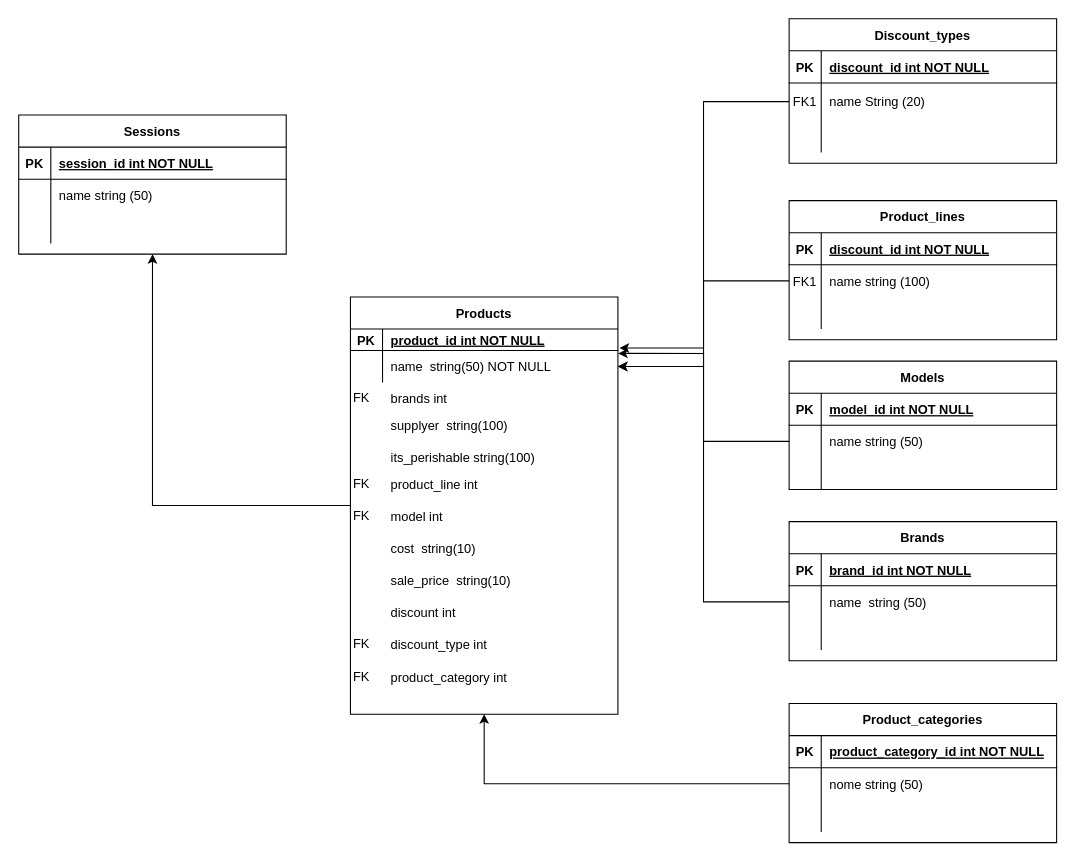
The draw.io diagram assests/entity_relationship_diagram/initial_diagram.drawio in mateussds/adonis-supermarket, before the edit. Source tidied: cells renumbered, new cells numbered last; positions are measured from the earlier drawing's top-left corner, leaving out a move shared by most shapes. Both pictures are drawn from the tidied source at 107%, with x=0, y=0 at pixel (18, 18).
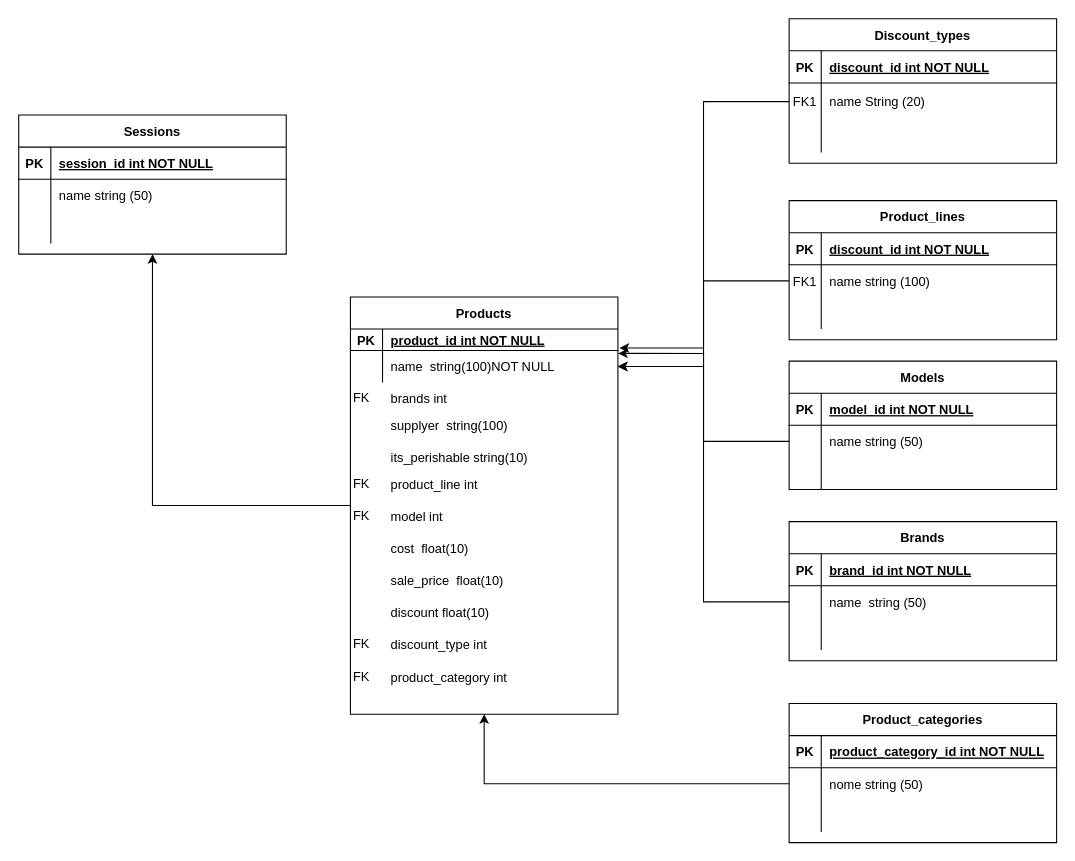
The same diagram, later.

The change refers to these unchanged cells:
```xml
<mxCell id="27" style="shape=partialRectangle;fillColor=none;points=[[0,0.5],[1,0.5]];portConstraint=eastwest;top=0;left=0;right=0;bottom=0;" parent="23" vertex="1">
  <mxGeometry y="50" width="250" height="30" as="geometry" />
</mxCell>
```

What changed in the source:
```diff
@@
-    <mxCell id="29" value="name  string(50) NOT NULL" style="shape=partialRectangle;overflow=hidden;fillColor=none;top=0;left=0;bottom=0;right=0;align=left;spacingLeft=6;" parent="27" vertex="1">
+    <mxCell id="29" value="name  string(100)NOT NULL" style="shape=partialRectangle;overflow=hidden;fillColor=none;top=0;left=0;bottom=0;right=0;align=left;spacingLeft=6;" parent="27" vertex="1">
       <mxGeometry x="30" width="220" height="30" as="geometry" />
     </mxCell>
@@
-    <mxCell id="75" value="its_perishable string(100)" style="shape=partialRectangle;overflow=hidden;fillColor=none;top=0;left=0;bottom=0;right=0;align=left;spacingLeft=6;" parent="1" vertex="1">
+    <mxCell id="75" value="its_perishable string(10)" style="shape=partialRectangle;overflow=hidden;fillColor=none;top=0;left=0;bottom=0;right=0;align=left;spacingLeft=6;" parent="1" vertex="1">
       <mxGeometry x="340" y="395" width="220" height="30" as="geometry" />
     </mxCell>
@@
-    <mxCell id="81" value="cost  string(10)" style="shape=partialRectangle;overflow=hidden;fillColor=none;top=0;left=0;bottom=0;right=0;align=left;spacingLeft=6;" parent="1" vertex="1">
+    <mxCell id="81" value="cost  float(10)" style="shape=partialRectangle;overflow=hidden;fillColor=none;top=0;left=0;bottom=0;right=0;align=left;spacingLeft=6;" parent="1" vertex="1">
       <mxGeometry x="340" y="480" width="220" height="30" as="geometry" />
     </mxCell>
-    <mxCell id="82" value="sale_price  string(10)" style="shape=partialRectangle;overflow=hidden;fillColor=none;top=0;left=0;bottom=0;right=0;align=left;spacingLeft=6;" parent="1" vertex="1">
+    <mxCell id="82" value="sale_price  float(10)" style="shape=partialRectangle;overflow=hidden;fillColor=none;top=0;left=0;bottom=0;right=0;align=left;spacingLeft=6;" parent="1" vertex="1">
       <mxGeometry x="340" y="510" width="220" height="30" as="geometry" />
     </mxCell>
-    <mxCell id="83" value="discount int " style="shape=partialRectangle;overflow=hidden;fillColor=none;top=0;left=0;bottom=0;right=0;align=left;spacingLeft=6;" parent="1" vertex="1">
+    <mxCell id="83" value="discount float(10)" style="shape=partialRectangle;overflow=hidden;fillColor=none;top=0;left=0;bottom=0;right=0;align=left;spacingLeft=6;" parent="1" vertex="1">
       <mxGeometry x="340" y="540" width="220" height="30" as="geometry" />
     </mxCell>
```
